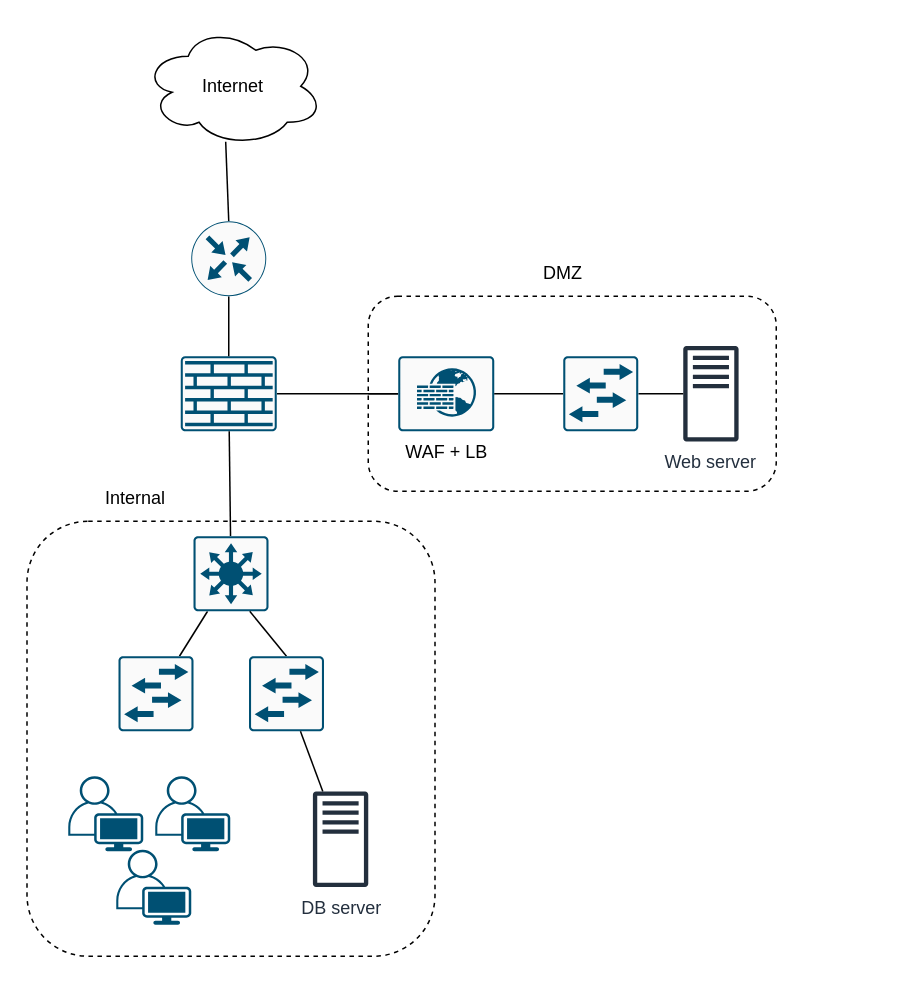
Above: Topology.drawio in subkhanave/small-project-1 (draw.io), before the change. Source tidied: cells renumbered, new cells numbered last; positions are measured from the earlier drawing's top-left corner, leaving out a move shared by most shapes. Both pictures are drawn from the tidied source at 150%, with x=0, y=0 at pixel (26, 26).
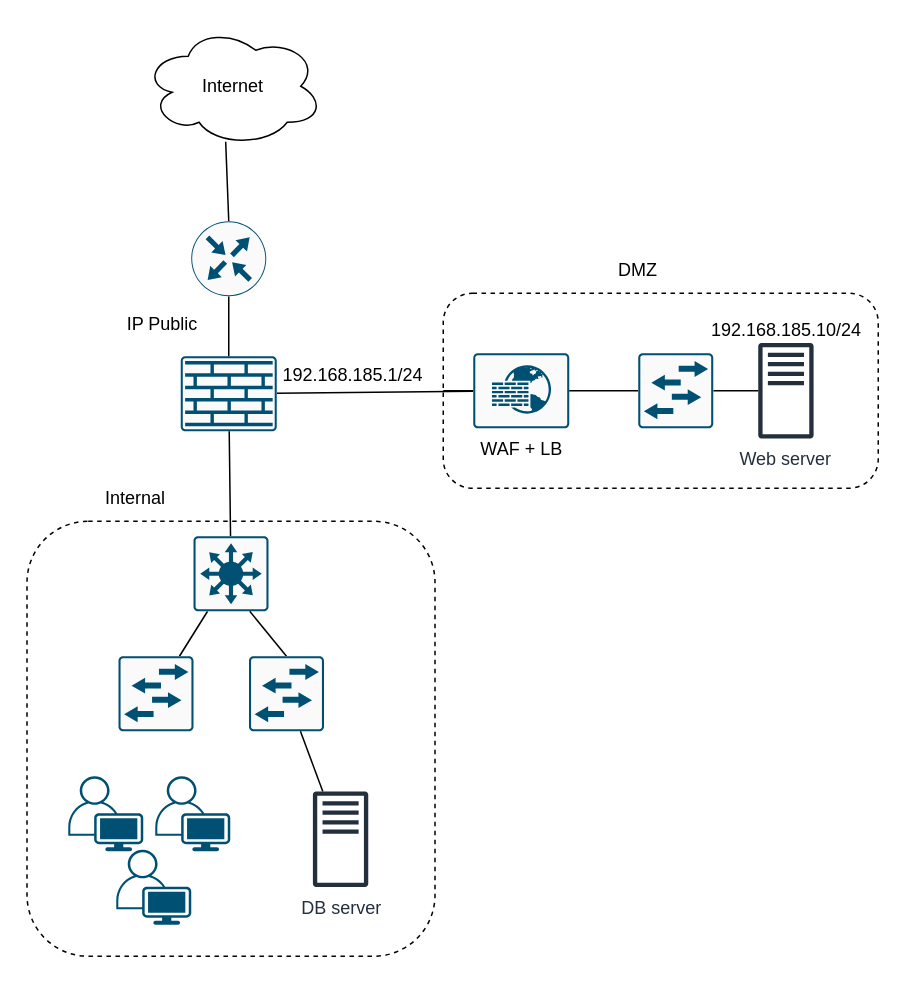
The same page after the edit.

What changed in the source:
```diff
@@
     <mxCell id="3" style="rounded=1;whiteSpace=wrap;html=1;fillColor=none;dashed=1;" parent="1" vertex="1">
-      <mxGeometry x="228" y="180" width="272" height="130" as="geometry" />
+      <mxGeometry x="278" y="178" width="290" height="130" as="geometry" />
     </mxCell>
@@
     <mxCell id="7" value="WAF + LB" style="sketch=0;points=[[0.015,0.015,0],[0.985,0.015,0],[0.985,0.985,0],[0.015,0.985,0],[0.25,0,0],[0.5,0,0],[0.75,0,0],[1,0.25,0],[1,0.5,0],[1,0.75,0],[0.75,1,0],[0.5,1,0],[0.25,1,0],[0,0.75,0],[0,0.5,0],[0,0.25,0]];verticalLabelPosition=bottom;html=1;verticalAlign=top;align=center;shape=mxgraph.cisco19.rect;prIcon=web_application_firewall;fillColor=#FAFAFA;strokeColor=#005073;" parent="1" vertex="1">
-      <mxGeometry x="248" y="220" width="64" height="50" as="geometry" />
+      <mxGeometry x="298" y="218" width="64" height="50" as="geometry" />
     </mxCell>
@@
     <mxCell id="21" value="Web server" style="sketch=0;outlineConnect=0;fontColor=#232F3E;gradientColor=none;fillColor=#232F3D;strokeColor=none;dashed=0;verticalLabelPosition=bottom;verticalAlign=top;align=center;html=1;fontSize=12;fontStyle=0;shape=mxgraph.aws4.traditional_server;" parent="1" vertex="1">
-      <mxGeometry x="438" y="213" width="36.9" height="64" as="geometry" />
+      <mxGeometry x="488" y="211" width="36.9" height="64" as="geometry" />
     </mxCell>
@@
     <mxCell id="24" style="sketch=0;points=[[0.015,0.015,0],[0.985,0.015,0],[0.985,0.985,0],[0.015,0.985,0],[0.25,0,0],[0.5,0,0],[0.75,0,0],[1,0.25,0],[1,0.5,0],[1,0.75,0],[0.75,1,0],[0.5,1,0],[0.25,1,0],[0,0.75,0],[0,0.5,0],[0,0.25,0]];verticalLabelPosition=bottom;html=1;verticalAlign=top;align=center;shape=mxgraph.cisco19.rect;prIcon=l2_switch;fillColor=#FAFAFA;strokeColor=#005073;" parent="1" vertex="1">
-      <mxGeometry x="358" y="220" width="50" height="50" as="geometry" />
+      <mxGeometry x="408" y="218" width="50" height="50" as="geometry" />
     </mxCell>
@@
     <mxCell id="27" value="DMZ" style="text;html=1;strokeColor=none;fillColor=none;align=center;verticalAlign=middle;whiteSpace=wrap;rounded=0;dashed=1;" parent="1" vertex="1">
-      <mxGeometry x="328" y="150" width="60" height="30" as="geometry" />
+      <mxGeometry x="378" y="148" width="60" height="30" as="geometry" />
     </mxCell>
@@
+    <mxCell id="29" value="192.168.185.10/24" style="text;html=1;strokeColor=none;fillColor=none;align=center;verticalAlign=middle;whiteSpace=wrap;rounded=0;" parent="1" vertex="1">
+      <mxGeometry x="476.5" y="188" width="60" height="30" as="geometry" />
+    </mxCell>
+    <mxCell id="30" value="192.168.185.1/24" style="text;html=1;strokeColor=none;fillColor=none;align=center;verticalAlign=middle;whiteSpace=wrap;rounded=0;" parent="1" vertex="1">
+      <mxGeometry x="178" y="218" width="80" height="30" as="geometry" />
+    </mxCell>
+    <mxCell id="31" value="IP Public" style="text;html=1;strokeColor=none;fillColor=none;align=center;verticalAlign=middle;whiteSpace=wrap;rounded=0;" parent="1" vertex="1">
+      <mxGeometry x="51" y="184" width="80" height="30" as="geometry" />
+    </mxCell>
```
